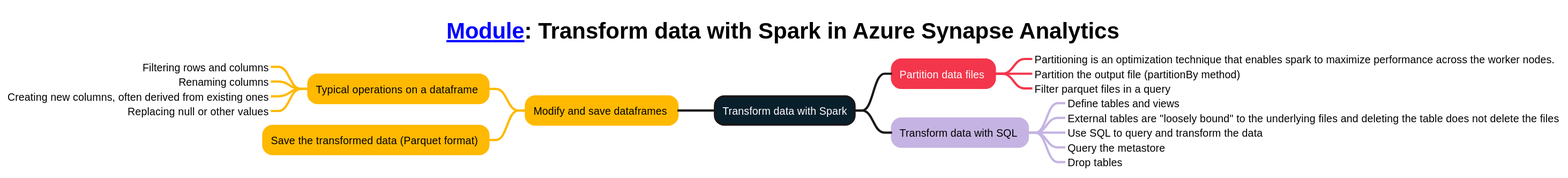
Above: mindmaps/08-Transform data with Spark in Azure Synapse Analytics.svg in weslbo/dp-203 (PlantUML), before the change.
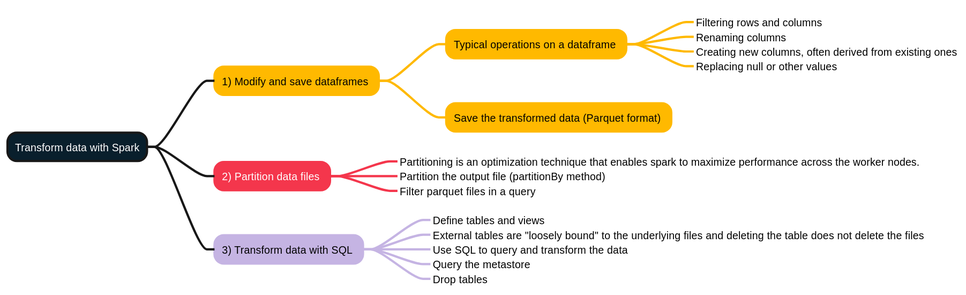
The same diagram one commit later.

Change to the diagram source:
```diff
@@ -1,61 +1,57 @@
 @startmindmap
 <style>
-title {
-        FontSize 30
-        FontColor #000000
-    }
-mindmapDiagram {
-    :depth(0) {
-        BackgroundColor #091f2c
-        FontColor #ffffff
-        LineThickness 3.0
-    }
-    .topic1 {
-        BackgroundColor #ffb900
-        LineColor #ffb900
-        LineThickness 3.0
-        FontColor #000000
-    }
-    .topic2 {
-        BackgroundColor #f4364c
-        LineColor #f4364c
-        LineThickness 3.0
-        FontColor #ffffff
-    }
-    .topic3 {
-        BackgroundColor #c5b4e3
-        LineColor #c5b4e3
-        LineThickness 3.0
-        FontColor #000000
-    }
-    .topic4 {
-        BackgroundColor #e1d3c7
-        LineColor #e1d3c7
-        LineThickness 3.0
-        FontColor #000000
-    }
-    .topic5 {
-        BackgroundColor #07641d
-        LineColor #07641d
-        LineThickness 3.0
-        FontColor #ffffff
-    }
+node {
+    Margin 30
+}
+:depth(0) {
+    BackgroundColor #091f2c
+    FontColor #ffffff
+    LineThickness 3.0
+}
+.topic1 {
+    BackgroundColor #ffb900
+    LineColor #ffb900
+    LineThickness 3.0
+    FontColor #000000
+}
+.topic2 {
+    BackgroundColor #f4364c
+    LineColor #f4364c
+    LineThickness 3.0
+    FontColor #ffffff
+}
+.topic3 {
+    BackgroundColor #c5b4e3
+    LineColor #c5b4e3
+    LineThickness 3.0
+    FontColor #000000
+}
+.topic4 {
+    BackgroundColor #e1d3c7
+    LineColor #e1d3c7
+    LineThickness 3.0
+    FontColor #000000
+}
+.topic5 {
+    BackgroundColor #07641d
+    LineColor #07641d
+    LineThickness 3.0
+    FontColor #ffffff
 }
 </style>
-title [[https://learn.microsoft.com/training/modules/transform-data-spark-azure-synapse-analytics/ Module]]: Transform data with Spark in Azure Synapse Analytics
 + Transform data with Spark
--- Modify and save dataframes <<topic1>>
---- Typical operations on a dataframe <<topic1>>
-----_ Filtering rows and columns
-----_ Renaming columns
-----_ Creating new columns, often derived from existing ones
-----_ Replacing null or other values
---- Save the transformed data (Parquet format) <<topic1>>
-++ Partition data files <<topic2>>
+++ 1) Modify and save dataframes <<topic1>>
++++ Typical operations on a dataframe <<topic1>>
+++++_ Filtering rows and columns
+++++_ Renaming columns
+++++_ Creating new columns, often derived from existing ones
+++++_ Replacing null or other values
++++ Save the transformed data (Parquet format) <<topic1>>
+++ 2) Partition data files <<topic2>>
 +++_ Partitioning is an optimization technique that enables spark to maximize performance across the worker nodes.
 +++_ Partition the output file (partitionBy method)
 +++_ Filter parquet files in a query
-++ Transform data with SQL <<topic3>>
+++ 3) Transform data with SQL <<topic3>>
 +++_ Define tables and views
 +++_ External tables are "loosely bound" to the underlying files and deleting the table does not delete the files
 +++_ Use SQL to query and transform the data
```
